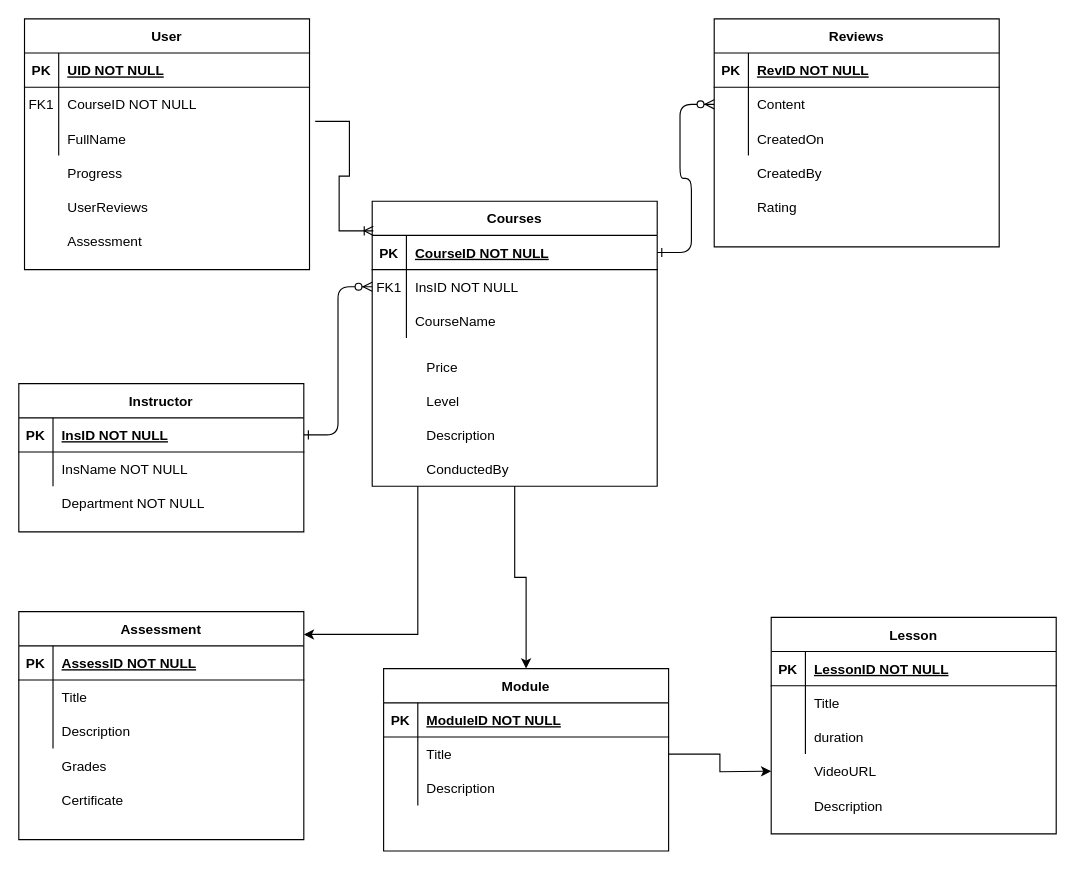
The draw.io diagram Untitled Diagram.drawio in Shubham7997/git_demo, before the edit. Source tidied: cells renumbered, new cells numbered last; positions are measured from the earlier drawing's top-left corner, leaving out a move shared by most shapes. Both pictures are drawn from the tidied source at 114%, with x=0, y=0 at pixel (18, 18).
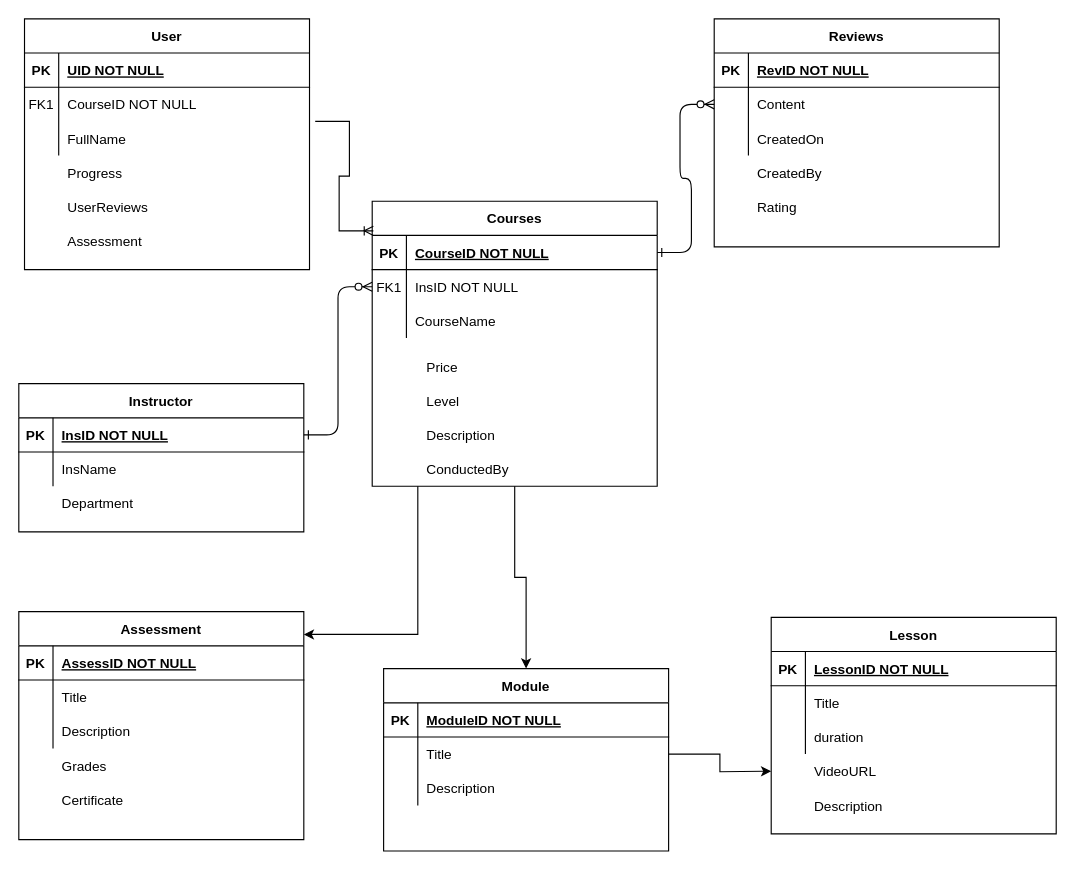
The same page after the edit.

Unchanged cells that the change refers to:
```xml
<mxCell id="30" style="shape=partialRectangle;fillColor=none;top=0;left=0;right=0;bottom=0;" parent="26" vertex="1">
  <mxGeometry y="60" width="250" height="30" as="geometry" />
</mxCell>
```

The edit, as a diff of the source:
```diff
@@
-    <mxCell id="32" value="InsName NOT NULL" style="shape=partialRectangle;overflow=hidden;fillColor=none;top=0;left=0;bottom=0;right=0;align=left;spacingLeft=6;" parent="30" vertex="1">
+    <mxCell id="32" value="InsName " style="shape=partialRectangle;overflow=hidden;fillColor=none;top=0;left=0;bottom=0;right=0;align=left;spacingLeft=6;" parent="30" vertex="1">
       <mxGeometry x="30" width="220" height="30" as="geometry" />
     </mxCell>
-    <mxCell id="33" value="Department NOT NULL" style="shape=partialRectangle;overflow=hidden;fillColor=none;top=0;left=0;bottom=0;right=0;align=left;spacingLeft=6;" parent="1" vertex="1">
+    <mxCell id="33" value="Department" style="shape=partialRectangle;overflow=hidden;fillColor=none;top=0;left=0;bottom=0;right=0;align=left;spacingLeft=6;" parent="1" vertex="1">
       <mxGeometry x="30" y="410" width="220" height="30" as="geometry" />
     </mxCell>
```
